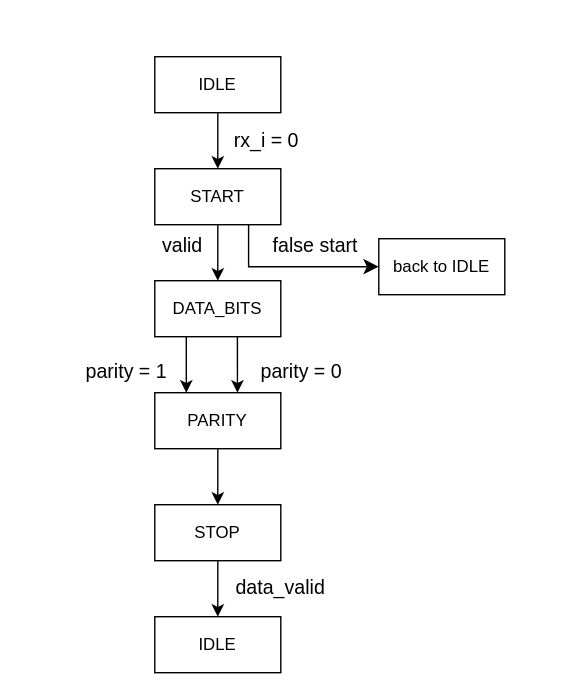
Before: document/uart_rx_fsm.svg, a diagram exported from draw.io (ADN-VLSI/SC-SoC). Source tidied: cells renumbered, new cells last; positions are measured from the earlier drawing's top-left corner, leaving out a move shared by most shapes. The source it was exported from:
```xml
<mxGraphModel>
  <root>
    <mxCell id="0" />
    <mxCell id="1" parent="0" />
    <mxCell id="2" style="rounded=0;whiteSpace=wrap;html=1;strokeColor=none;" parent="1" vertex="1">
      <mxGeometry x="0.2" width="401.5" height="500" as="geometry" />
    </mxCell>
    <mxCell id="3" value="IDLE" style="rounded=0;whiteSpace=wrap;html=1;textShadow=0;shadow=0;strokeColor=default;" parent="1" vertex="1">
      <mxGeometry x="111" y="40" width="90" height="40" as="geometry" />
    </mxCell>
    <mxCell id="4" value="START" style="rounded=0;whiteSpace=wrap;html=1;textShadow=0;shadow=0;" parent="1" vertex="1">
      <mxGeometry x="111" y="120" width="90" height="40" as="geometry" />
    </mxCell>
    <mxCell id="5" value="DATA_BITS" style="rounded=0;whiteSpace=wrap;html=1;textShadow=0;shadow=0;" parent="1" vertex="1">
      <mxGeometry x="111" y="200" width="90" height="40" as="geometry" />
    </mxCell>
    <mxCell id="6" value="PARITY" style="rounded=0;whiteSpace=wrap;html=1;textShadow=0;shadow=0;" parent="1" vertex="1">
      <mxGeometry x="111" y="280" width="90" height="40" as="geometry" />
    </mxCell>
    <mxCell id="7" value="STOP" style="rounded=0;whiteSpace=wrap;html=1;textShadow=0;shadow=0;" parent="1" vertex="1">
      <mxGeometry x="111" y="360" width="90" height="40" as="geometry" />
    </mxCell>
    <mxCell id="8" style="endArrow=classic;html=1;exitX=0.5;exitY=1;exitDx=0;exitDy=0;entryX=0.5;entryY=0;entryDx=0;entryDy=0;" parent="1" edge="1" source="3" target="4">
      <mxGeometry relative="1" as="geometry" />
    </mxCell>
    <mxCell id="9" style="endArrow=classic;html=1;exitX=0.5;exitY=1;exitDx=0;exitDy=0;entryX=0.5;entryY=0;entryDx=0;entryDy=0;" parent="1" edge="1" source="4" target="5">
      <mxGeometry relative="1" as="geometry" />
    </mxCell>
    <mxCell id="10" style="endArrow=classic;html=1;entryX=0.5;entryY=0;entryDx=0;entryDy=0;exitX=0.5;exitY=1;exitDx=0;exitDy=0;" parent="1" edge="1" source="6" target="7">
      <mxGeometry relative="1" as="geometry" />
    </mxCell>
    <mxCell id="11" value="back to IDLE" style="rounded=0;whiteSpace=wrap;html=1;textShadow=0;shadow=0;" parent="1" vertex="1">
      <mxGeometry x="271" y="170" width="90" height="40" as="geometry" />
    </mxCell>
    <mxCell id="12" style="edgeStyle=segmentEdgeStyle;endArrow=classic;html=1;curved=0;rounded=0;endSize=8;startSize=8;entryX=0;entryY=0.5;entryDx=0;entryDy=0;" parent="1" edge="1" target="11">
      <mxGeometry relative="1" as="geometry">
        <mxPoint x="178" y="160" as="sourcePoint" />
        <Array as="points">
          <mxPoint x="178" y="190" />
        </Array>
      </mxGeometry>
    </mxCell>
    <mxCell id="13" style="endArrow=classic;html=1;exitX=0.25;exitY=1;exitDx=0;exitDy=0;entryX=0.25;entryY=0;entryDx=0;entryDy=0;" parent="1" edge="1" source="5" target="6">
      <mxGeometry relative="1" as="geometry" />
    </mxCell>
    <mxCell id="14" style="endArrow=classic;html=1;entryX=0.656;entryY=0;entryDx=0;entryDy=0;entryPerimeter=0;" parent="1" edge="1" target="6">
      <mxGeometry relative="1" as="geometry">
        <mxPoint x="170" y="240" as="sourcePoint" />
      </mxGeometry>
    </mxCell>
    <mxCell id="15" value="IDLE" style="rounded=0;whiteSpace=wrap;html=1;textShadow=0;shadow=0;strokeColor=default;" parent="1" vertex="1">
      <mxGeometry x="111" y="440" width="90" height="40" as="geometry" />
    </mxCell>
    <mxCell id="16" style="endArrow=classic;html=1;exitX=0.5;exitY=1;exitDx=0;exitDy=0;entryX=0.5;entryY=0;entryDx=0;entryDy=0;" parent="1" edge="1" source="7" target="15">
      <mxGeometry relative="1" as="geometry" />
    </mxCell>
    <mxCell id="17" value="&lt;font style=&quot;font-size: 14px;&quot;&gt;rx_i = 0&lt;/font&gt;" style="text;html=1;align=center;verticalAlign=middle;whiteSpace=wrap;rounded=0;" parent="1" vertex="1">
      <mxGeometry x="161" y="85" width="60" height="30" as="geometry" />
    </mxCell>
    <mxCell id="18" value="&lt;font style=&quot;font-size: 14px;&quot;&gt;valid&lt;/font&gt;" style="text;html=1;align=center;verticalAlign=middle;whiteSpace=wrap;rounded=0;" parent="1" vertex="1">
      <mxGeometry x="101" y="160" width="60" height="30" as="geometry" />
    </mxCell>
    <mxCell id="19" value="&lt;font style=&quot;font-size: 14px;&quot;&gt;false start&lt;/font&gt;" style="text;html=1;align=center;verticalAlign=middle;whiteSpace=wrap;rounded=0;" parent="1" vertex="1">
      <mxGeometry x="191" y="160" width="70" height="30" as="geometry" />
    </mxCell>
    <mxCell id="20" value="&lt;font style=&quot;font-size: 14px;&quot;&gt;parity = 0&lt;/font&gt;" style="text;html=1;align=center;verticalAlign=middle;whiteSpace=wrap;rounded=0;" parent="1" vertex="1">
      <mxGeometry x="186" y="250" width="60" height="30" as="geometry" />
    </mxCell>
    <mxCell id="21" value="&lt;font style=&quot;font-size: 14px;&quot;&gt;data_valid&lt;/font&gt;" style="text;html=1;align=center;verticalAlign=middle;whiteSpace=wrap;rounded=0;" parent="1" vertex="1">
      <mxGeometry x="171" y="404" width="60" height="30" as="geometry" />
    </mxCell>
    <mxCell id="22" value="&lt;font style=&quot;font-size: 14px;&quot;&gt;parity = 1&lt;/font&gt;" style="text;html=1;align=center;verticalAlign=middle;whiteSpace=wrap;rounded=0;" parent="1" vertex="1">
      <mxGeometry x="61" y="250" width="60" height="30" as="geometry" />
    </mxCell>
  </root>
</mxGraphModel>
```
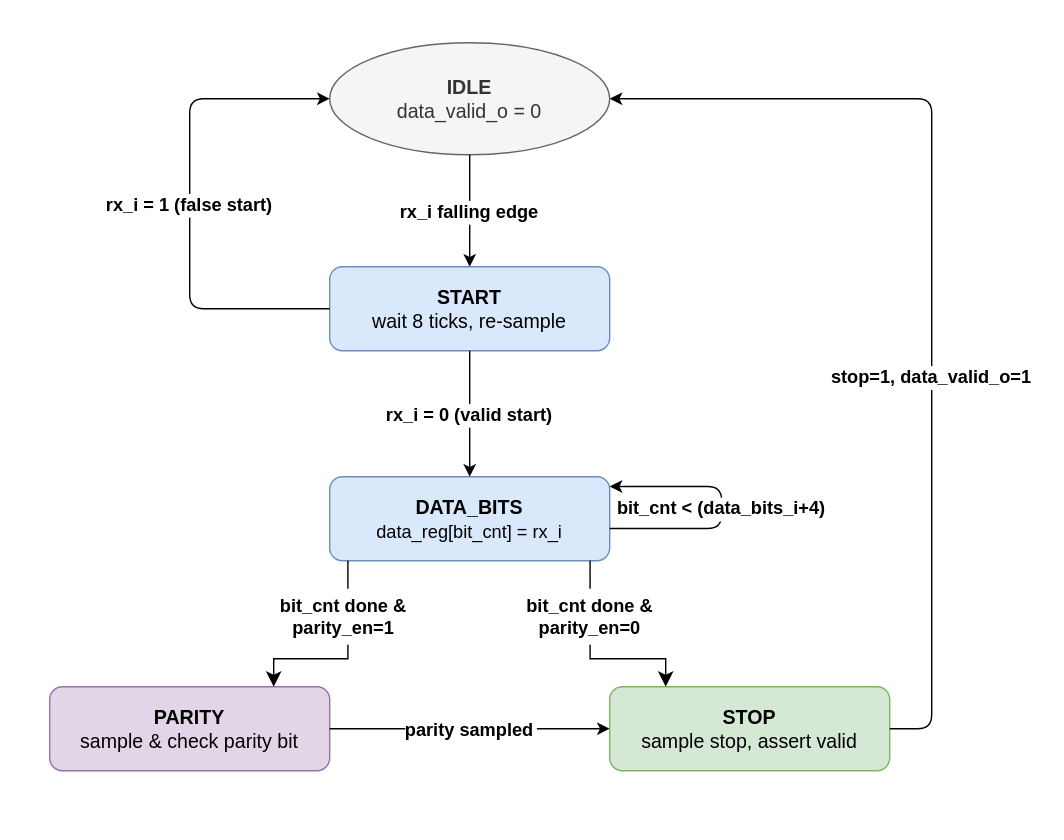
After the change.

What changed in the source:
```diff
@@ -72,5 +72,84 @@
     <mxCell id="22" value="&lt;font style=&quot;font-size: 14px;&quot;&gt;parity = 1&lt;/font&gt;" style="text;html=1;align=center;verticalAlign=middle;whiteSpace=wrap;rounded=0;" parent="1" vertex="1">
       <mxGeometry x="61" y="250" width="60" height="30" as="geometry" />
     </mxCell>
+    <mxCell id="23" style="rounded=0;whiteSpace=wrap;html=1;fontStyle=1;strokeColor=none;" parent="1" vertex="1">
+      <mxGeometry x="-144" y="-30" width="760" height="600" as="geometry" />
+    </mxCell>
+    <mxCell id="24" value="&lt;b&gt;IDLE&lt;/b&gt;&lt;br/&gt;data_valid_o = 0" style="ellipse;whiteSpace=wrap;html=1;fillColor=#f5f5f5;strokeColor=#666666;fontColor=#333333;fontSize=14;" parent="1" vertex="1">
+      <mxGeometry x="91" width="200" height="80" as="geometry" />
+    </mxCell>
+    <mxCell id="25" value="&lt;b&gt;START&lt;/b&gt;&lt;br/&gt;wait 8 ticks, re-sample" style="rounded=1;whiteSpace=wrap;html=1;fillColor=#dae8fc;strokeColor=#6c8ebf;fontSize=14;" parent="1" vertex="1">
+      <mxGeometry x="91" y="160" width="200" height="60" as="geometry" />
+    </mxCell>
+    <mxCell id="26" value="&lt;b&gt;DATA_BITS&lt;/b&gt;&lt;br&gt;&lt;span style=&quot;font-size: 13px;&quot;&gt;data_reg[bit_cnt] = rx_i&lt;/span&gt;" style="rounded=1;whiteSpace=wrap;html=1;fillColor=#dae8fc;strokeColor=#6c8ebf;fontSize=14;" parent="1" vertex="1">
+      <mxGeometry x="91" y="310" width="200" height="60" as="geometry" />
+    </mxCell>
+    <mxCell id="27" value="&lt;b&gt;PARITY&lt;/b&gt;&lt;br/&gt;sample &amp; check parity bit" style="rounded=1;whiteSpace=wrap;html=1;fillColor=#e1d5e7;strokeColor=#9673a6;fontSize=14;" parent="1" vertex="1">
+      <mxGeometry x="-109" y="460" width="200" height="60" as="geometry" />
+    </mxCell>
+    <mxCell id="28" value="&lt;b&gt;STOP&lt;/b&gt;&lt;br/&gt;sample stop, assert valid" style="rounded=1;whiteSpace=wrap;html=1;fillColor=#d5e8d4;strokeColor=#82b366;fontSize=14;" parent="1" vertex="1">
+      <mxGeometry x="291" y="460" width="200" height="60" as="geometry" />
+    </mxCell>
+    <mxCell id="29" value="rx_i falling edge" style="edgeStyle=orthogonalEdgeStyle;fontSize=13;fontStyle=1;" parent="1" edge="1" source="24" target="25">
+      <mxGeometry relative="1" as="geometry" />
+    </mxCell>
+    <mxCell id="30" value="rx_i = 1 (false start)" style="edgeStyle=orthogonalEdgeStyle;fontSize=13;fontStyle=1;exitX=0;exitY=0.5;exitDx=0;exitDy=0;entryX=0;entryY=0.5;entryDx=0;entryDy=0;" parent="1" edge="1" source="25" target="24">
+      <mxGeometry relative="1" as="geometry">
+        <Array as="points">
+          <mxPoint x="-9" y="190" />
+          <mxPoint x="-9" y="40" />
+        </Array>
+      </mxGeometry>
+    </mxCell>
+    <mxCell id="31" value="rx_i = 0 (valid start)" style="edgeStyle=orthogonalEdgeStyle;fontSize=13;fontStyle=1;" parent="1" edge="1" source="25" target="26">
+      <mxGeometry relative="1" as="geometry" />
+    </mxCell>
+    <mxCell id="32" value="bit_cnt &lt; (data_bits_i+4)" style="edgeStyle=orthogonalEdgeStyle;fontSize=13;fontStyle=1;exitX=1;exitY=0.5;exitDx=0;exitDy=0;entryX=1;entryY=0;entryDx=0;entryDy=0;" parent="1" edge="1">
+      <mxGeometry relative="1" as="geometry">
+        <mxPoint x="291" y="347" as="sourcePoint" />
+        <mxPoint x="291" y="317" as="targetPoint" />
+        <Array as="points">
+          <mxPoint x="371" y="347" />
+          <mxPoint x="371" y="317" />
+        </Array>
+      </mxGeometry>
+    </mxCell>
+    <mxCell id="33" value="parity sampled" style="edgeStyle=orthogonalEdgeStyle;fontSize=13;fontStyle=1;exitX=1;exitY=0.5;exitDx=0;exitDy=0;entryX=0;entryY=0.5;entryDx=0;entryDy=0;" parent="1" edge="1" source="27" target="28">
+      <mxGeometry relative="1" as="geometry" />
+    </mxCell>
+    <mxCell id="34" value="stop=1, data_valid_o=1" style="edgeStyle=orthogonalEdgeStyle;fontSize=13;fontStyle=1;entryX=1;entryY=0.5;entryDx=0;entryDy=0;exitX=1;exitY=0.5;exitDx=0;exitDy=0;" parent="1" edge="1" source="28" target="24">
+      <mxGeometry x="-0.21" relative="1" as="geometry">
+        <Array as="points">
+          <mxPoint x="521" y="490" />
+          <mxPoint x="521" y="40" />
+        </Array>
+      </mxGeometry>
+    </mxCell>
+    <mxCell id="35" style="edgeStyle=segmentEdgeStyle;endArrow=classic;html=1;curved=0;rounded=0;endSize=8;startSize=8;" parent="1" edge="1">
+      <mxGeometry relative="1" as="geometry">
+        <mxPoint x="104" y="370" as="sourcePoint" />
+        <mxPoint x="51" y="460" as="targetPoint" />
+        <Array as="points">
+          <mxPoint x="104" y="440" />
+          <mxPoint x="51" y="440" />
+          <mxPoint x="51" y="459" />
+        </Array>
+      </mxGeometry>
+    </mxCell>
+    <mxCell id="36" value="&lt;span style=&quot;color: rgb(0, 0, 0); font-size: 13px; font-weight: 700; text-wrap-mode: nowrap; background-color: rgb(255, 255, 255);&quot;&gt;bit_cnt done &amp;amp;&amp;nbsp;&lt;/span&gt;&lt;div&gt;&lt;span style=&quot;color: rgb(0, 0, 0); font-size: 13px; font-weight: 700; text-wrap-mode: nowrap; background-color: rgb(255, 255, 255);&quot;&gt;parity_en=1&lt;/span&gt;&lt;/div&gt;" style="rounded=1;whiteSpace=wrap;html=1;strokeColor=none;" parent="1" vertex="1">
+      <mxGeometry x="21" y="390" width="160" height="40" as="geometry" />
+    </mxCell>
+    <mxCell id="37" style="edgeStyle=segmentEdgeStyle;endArrow=classic;html=1;curved=0;rounded=0;endSize=8;startSize=8;entryX=0.2;entryY=0;entryDx=0;entryDy=0;entryPerimeter=0;" parent="1" edge="1" target="28">
+      <mxGeometry relative="1" as="geometry">
+        <mxPoint x="277" y="370" as="sourcePoint" />
+        <Array as="points">
+          <mxPoint x="277" y="440" />
+          <mxPoint x="331" y="440" />
+        </Array>
+      </mxGeometry>
+    </mxCell>
+    <mxCell id="38" value="&lt;span style=&quot;color: rgb(0, 0, 0); font-size: 13px; font-weight: 700; text-wrap-mode: nowrap; background-color: rgb(255, 255, 255);&quot;&gt;bit_cnt done &amp;amp;&amp;nbsp;&lt;/span&gt;&lt;div&gt;&lt;span style=&quot;color: rgb(0, 0, 0); font-size: 13px; font-weight: 700; text-wrap-mode: nowrap; background-color: rgb(255, 255, 255);&quot;&gt;parity_en=0&lt;/span&gt;&lt;/div&gt;" style="rounded=1;whiteSpace=wrap;html=1;strokeColor=none;" parent="1" vertex="1">
+      <mxGeometry x="197" y="390" width="160" height="40" as="geometry" />
+    </mxCell>
   </root>
 </mxGraphModel>
```
